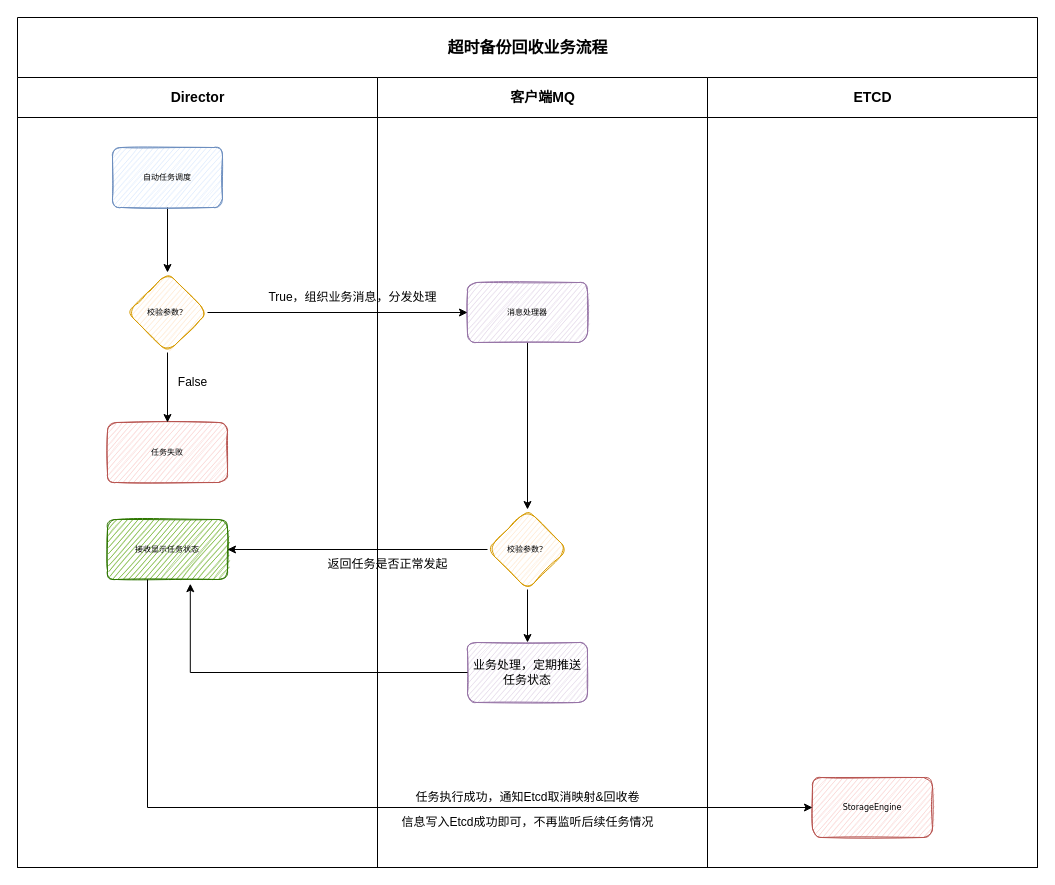
This is 垃圾清理.drawio from maqinzhang/diagrams, a draw.io file, before an edit. Source tidied: cells renumbered, new cells numbered last; positions are measured from the earlier drawing's top-left corner, leaving out a move shared by most shapes. Both pictures are drawn from the tidied source at 100%, with x=0, y=0 at pixel (17, 17).
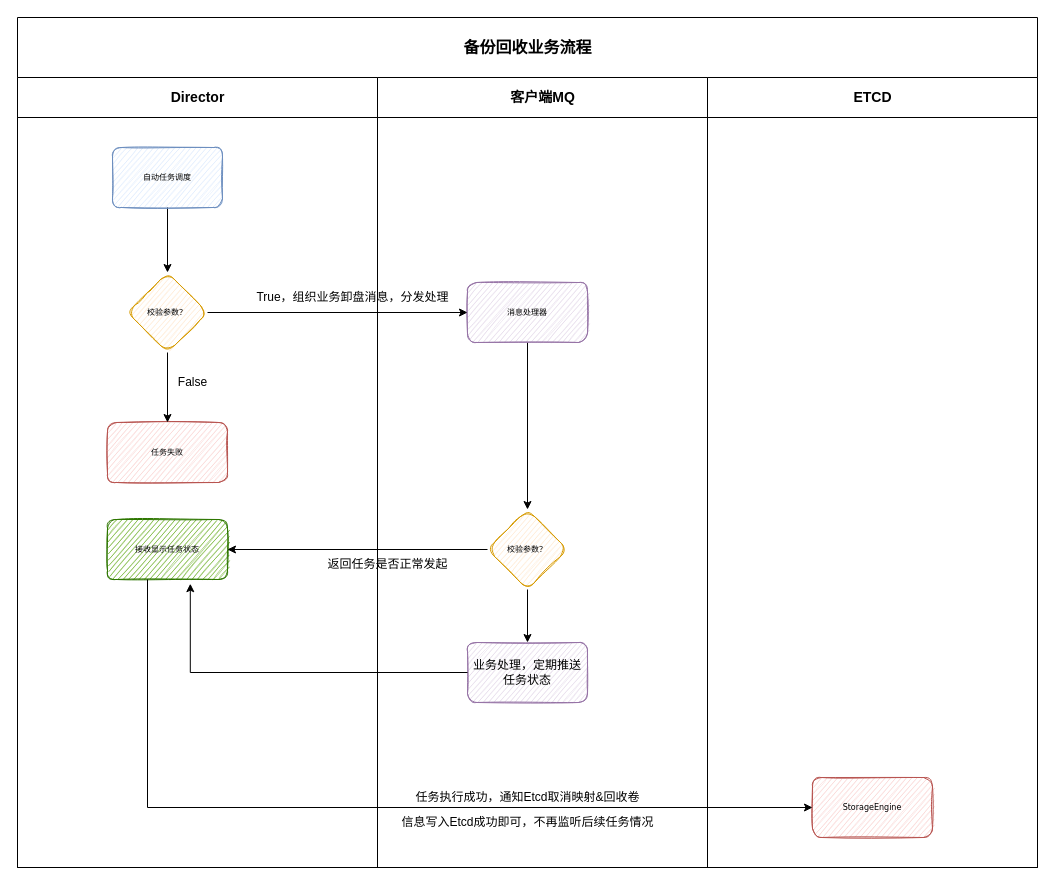
After the change.

Commit message:
更新垃圾清理.drawio

The change refers to these unchanged cells:
```xml
<mxCell id="11" value="&lt;font style=&quot;font-size: 14px;&quot;&gt;客户端MQ&lt;/font&gt;" style="swimlane;html=1;startSize=40;" parent="2" vertex="1">
  <mxGeometry x="360" y="60" width="330" height="790" as="geometry" />
</mxCell>
```

The edit, as a diff of the source:
```diff
@@
-    <mxCell id="2" value="&lt;p style=&quot;line-height: 1.2;&quot;&gt;&lt;span style=&quot;font-size: 16px; background-color: initial;&quot;&gt;超时备份回收业务流程&lt;/span&gt;&lt;/p&gt;" style="swimlane;html=1;startSize=60;rounded=0;shadow=0;labelBackgroundColor=none;strokeWidth=1;fontFamily=Verdana;fontSize=8;align=center;glass=0;" parent="1" vertex="1">
+    <mxCell id="2" value="&lt;p style=&quot;line-height: 1.2;&quot;&gt;&lt;span style=&quot;font-size: 16px; background-color: initial;&quot;&gt;备份回收业务流程&lt;/span&gt;&lt;/p&gt;" style="swimlane;html=1;startSize=60;rounded=0;shadow=0;labelBackgroundColor=none;strokeWidth=1;fontFamily=Verdana;fontSize=8;align=center;glass=0;" parent="1" vertex="1">
       <mxGeometry width="1020" height="850" as="geometry" />
     </mxCell>
@@
-    <mxCell id="18" value="True，组织业务消息，分发处理" style="text;html=1;align=center;verticalAlign=middle;strokeColor=none;fillColor=none;" parent="11" vertex="1">
-      <mxGeometry x="-120" y="205" width="190" height="30" as="geometry" />
+    <mxCell id="18" value="True，组织业务卸盘消息，分发处理" style="text;html=1;align=center;verticalAlign=middle;strokeColor=none;fillColor=none;" parent="11" vertex="1">
+      <mxGeometry x="-135" y="205" width="220" height="30" as="geometry" />
     </mxCell>
```
